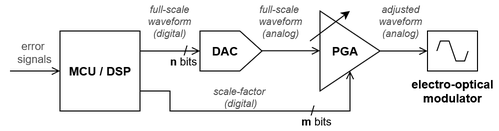
Before: img/dedicated_gain_stage.png, a diagram exported from draw.io (slawomir-niespodziany/sdk_modulator). Source tidied: cells renumbered, new cells last; positions are measured from the earlier drawing's top-left corner, leaving out a move shared by most shapes.
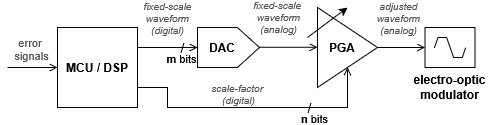
Later version of the same file.

Diff of the diagram source:
```diff
@@ -14,7 +14,7 @@
         <mxPoint x="310" y="39.8" as="targetPoint" />
       </mxGeometry>
     </mxCell>
-    <mxCell id="5" value="full-scale&amp;nbsp;&lt;br&gt;&lt;div&gt;waveform&lt;/div&gt;&lt;div&gt;(analog)&lt;/div&gt;" style="edgeLabel;html=1;align=center;verticalAlign=middle;fontStyle=2;fontSize=10;fontColor=#525252;" parent="4" vertex="1">
+    <mxCell id="5" value="fixed-scale&amp;nbsp;&lt;br&gt;&lt;div&gt;waveform&lt;/div&gt;&lt;div&gt;(analog)&lt;/div&gt;" style="edgeLabel;html=1;align=center;verticalAlign=middle;fontStyle=2;fontSize=10;fontColor=#525252;" parent="4" vertex="1">
       <mxGeometry x="-0.09" relative="1" as="geometry">
         <mxPoint x="-9" y="-30" as="offset" />
       </mxGeometry>
@@ -42,12 +42,12 @@
     <mxCell id="11" style="edgeStyle=orthogonalEdgeStyle;rounded=0;jettySize=auto;html=1;exitX=1;exitY=0.25;exitDx=0;exitDy=0;entryX=0;entryY=0.5;entryDx=0;entryDy=0;endArrow=open;endFill=0;entryPerimeter=0;" parent="1" edge="1" source="21" target="2">
       <mxGeometry relative="1" as="geometry" />
     </mxCell>
-    <mxCell id="12" value="&lt;div&gt;full-scale&lt;/div&gt;&lt;div&gt;waveform&lt;br&gt;(digital)&lt;/div&gt;" style="edgeLabel;html=1;align=center;verticalAlign=middle;fontStyle=2;fontSize=10;fontColor=#525252;" parent="11" vertex="1">
+    <mxCell id="12" value="&lt;div&gt;fixed-scale&lt;/div&gt;&lt;div&gt;waveform&lt;br&gt;(digital)&lt;/div&gt;" style="edgeLabel;html=1;align=center;verticalAlign=middle;fontStyle=2;fontSize=10;fontColor=#525252;" parent="11" vertex="1">
       <mxGeometry x="-0.04" y="2" relative="1" as="geometry">
         <mxPoint y="-28" as="offset" />
       </mxGeometry>
     </mxCell>
-    <mxCell id="13" value="n &lt;span style=&quot;font-weight: normal;&quot;&gt;bits&lt;/span&gt;" style="edgeLabel;html=1;align=center;verticalAlign=middle;fontStyle=1;" parent="11" vertex="1">
+    <mxCell id="13" value="m&amp;nbsp;&lt;span style=&quot;font-weight: normal;&quot;&gt;bits&lt;/span&gt;" style="edgeLabel;html=1;align=center;verticalAlign=middle;fontStyle=1;" parent="11" vertex="1">
       <mxGeometry x="0.69" relative="1" as="geometry">
         <mxPoint x="-8" y="10" as="offset" />
       </mxGeometry>
@@ -71,7 +71,7 @@
         <mxPoint x="1" y="-15" as="offset" />
       </mxGeometry>
     </mxCell>
-    <mxCell id="17" value="m &lt;span style=&quot;font-weight: normal;&quot;&gt;bits&lt;/span&gt;" style="edgeLabel;html=1;align=center;verticalAlign=middle;fontStyle=1;" parent="15" vertex="1">
+    <mxCell id="17" value="n&amp;nbsp;&lt;span style=&quot;font-weight: normal;&quot;&gt;bits&lt;/span&gt;" style="edgeLabel;html=1;align=center;verticalAlign=middle;fontStyle=1;" parent="15" vertex="1">
       <mxGeometry x="0.42" relative="1" as="geometry">
         <mxPoint x="5" y="10" as="offset" />
       </mxGeometry>
@@ -97,7 +97,7 @@
     <mxCell id="22" value="PGA" style="text;html=1;whiteSpace=wrap;strokeColor=none;fillColor=none;align=center;verticalAlign=middle;rounded=0;fontStyle=1;" parent="1" vertex="1">
       <mxGeometry x="310" y="25" width="50" height="30" as="geometry" />
     </mxCell>
-    <mxCell id="23" value="&lt;div&gt;electro-optical&lt;/div&gt;&lt;div&gt;modulator&lt;/div&gt;" style="text;html=1;whiteSpace=wrap;strokeColor=none;fillColor=none;align=center;verticalAlign=middle;rounded=0;fontStyle=1;" parent="1" vertex="1">
+    <mxCell id="23" value="&lt;div&gt;electro-optic&lt;/div&gt;&lt;div&gt;modulator&lt;/div&gt;" style="text;html=1;whiteSpace=wrap;strokeColor=none;fillColor=none;align=center;verticalAlign=middle;rounded=0;fontStyle=1;" parent="1" vertex="1">
       <mxGeometry x="400" y="65" width="85" height="30" as="geometry" />
     </mxCell>
     <mxCell id="24" value="DAC" style="text;html=1;whiteSpace=wrap;strokeColor=none;fillColor=none;align=center;verticalAlign=middle;rounded=0;fontStyle=1;" parent="1" vertex="1">
```
